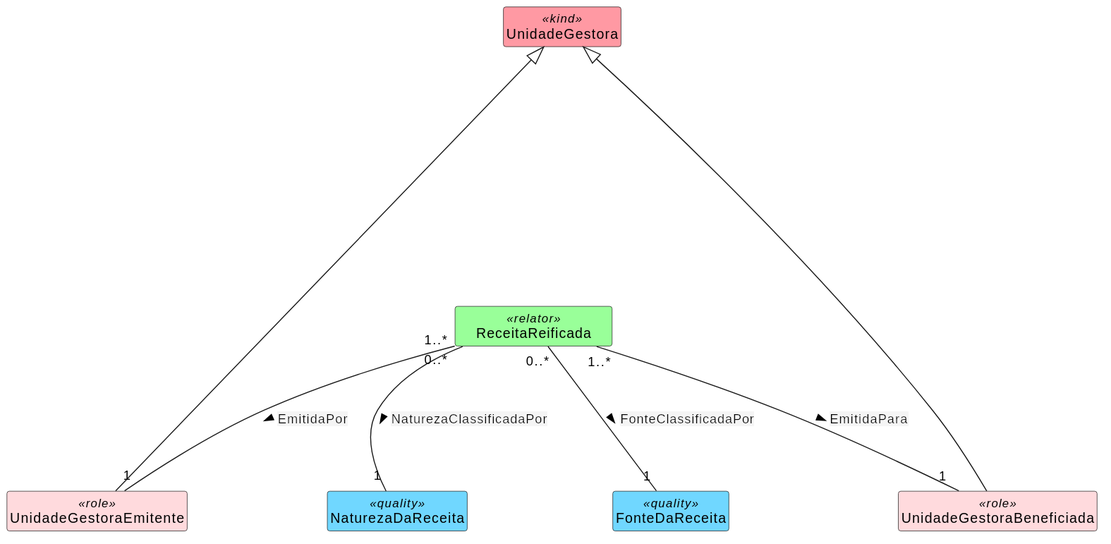
The PlantUML diagram generated/receitas.svg in Renzo-Henrique/secont-ontologias, before a commit.
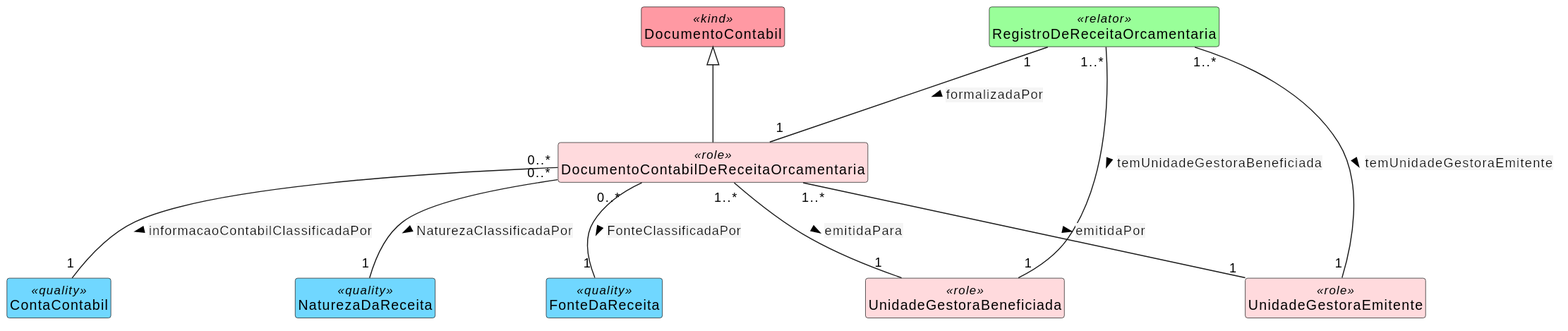
The same diagram one commit later.

Commit message:
ontologia simplificada de Receitas sem atributos

The edit, as a diff of the source:
```diff
@@ -1,29 +1,34 @@
 @startuml
 set separator none
-top to bottom direction
 skinparam classAttributeIconSize 0
 hide empty members
-skinparam nodesep 100
-skinparam ranksep 130
+skinparam nodesep 65
+skinparam ranksep 80
 skinparam backgroundColor white
 hide circle
 class "NaturezaDaReceita" <<quality>> #70D7FF {
 }
 class "FonteDaReceita" <<quality>> #70D7FF {
 }
-class ReceitaReificada as "    ReceitaReificada    " <<relator>> #99FF99 {
+class "ContaContabil" <<quality>> #70D7FF {
+}
+class "DocumentoContabil" <<kind>> #FF99A3 {
+}
+class "RegistroDeReceitaOrcamentaria" <<relator>> #99FF99 {
 }
 class "UnidadeGestoraEmitente" <<role>> #FFDADD {
 }
 class "UnidadeGestoraBeneficiada" <<role>> #FFDADD {
 }
-
-class nucleo_UnidadeGestora as "UnidadeGestora" <<kind>> #FF99A3 {
+class "DocumentoContabilDeReceitaOrcamentaria" <<role>> #FFDADD {
 }
-ReceitaReificada "1..*" -- "1" "UnidadeGestoraEmitente" : <back:WhiteSmoke>EmitidaPor</back> >
-ReceitaReificada "1..*" -- "1" "UnidadeGestoraBeneficiada" : <back:WhiteSmoke>EmitidaPara</back> >
-nucleo_UnidadeGestora <|---- "UnidadeGestoraEmitente"
-nucleo_UnidadeGestora <|---- "UnidadeGestoraBeneficiada"
-ReceitaReificada "0..*" -- "1" "NaturezaDaReceita" : <back:WhiteSmoke>NaturezaClassificadaPor</back> >
-ReceitaReificada "0..*" -- "1" "FonteDaReceita" : <back:WhiteSmoke>FonteClassificadaPor</back> >
+"RegistroDeReceitaOrcamentaria" "1" -- "1" "DocumentoContabilDeReceitaOrcamentaria" : <back:WhiteSmoke>formalizadaPor</back> >
+"RegistroDeReceitaOrcamentaria" "1..*" -- "1" "UnidadeGestoraEmitente" : <back:WhiteSmoke>temUnidadeGestoraEmitente</back> >
+"RegistroDeReceitaOrcamentaria" "1..*" -- "1" "UnidadeGestoraBeneficiada" : <back:WhiteSmoke>temUnidadeGestoraBeneficiada</back> >
+"DocumentoContabil" <|-- "DocumentoContabilDeReceitaOrcamentaria"
+"DocumentoContabilDeReceitaOrcamentaria" "0..*" -- "1" "NaturezaDaReceita" : <back:WhiteSmoke>NaturezaClassificadaPor</back> >
+"DocumentoContabilDeReceitaOrcamentaria" "0..*" -- "1" "FonteDaReceita" : <back:WhiteSmoke>FonteClassificadaPor</back> >
+"DocumentoContabilDeReceitaOrcamentaria" "0..*" -- "1" "ContaContabil" : <back:WhiteSmoke>informacaoContabilClassificadaPor</back> >
+"DocumentoContabilDeReceitaOrcamentaria" "1..*" -- "1" "UnidadeGestoraEmitente" : <back:WhiteSmoke>emitidaPor</back> >
+"DocumentoContabilDeReceitaOrcamentaria" "1..*" -- "1" "UnidadeGestoraBeneficiada" : <back:WhiteSmoke>emitidaPara</back> >
 @enduml
```
